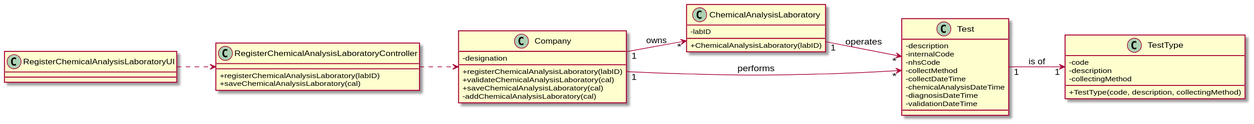
Earlier version of the PlantUML export docs/SprintB/US08/US8_CD.svg (0franciscor/lei-21-s2-1de-g19).
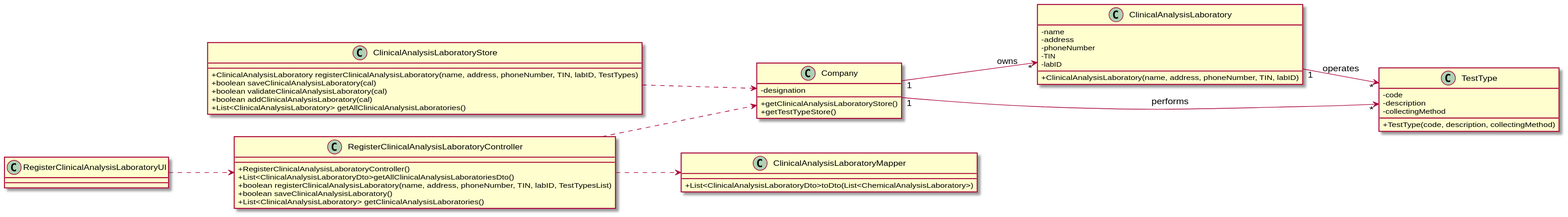
The same diagram one commit later.

Diff of the diagram source:
```diff
@@ -4,27 +4,28 @@
 
 class "Company" as C {
 -designation
-+registerChemicalAnalysisLaboratory(labID)
-+validateChemicalAnalysisLaboratory(cal)
-+saveChemicalAnalysisLaboratory(cal)
--addChemicalAnalysisLaboratory(cal)
++getClinicalAnalysisLaboratoryStore()
++getTestTypeStore()
 }
 
-class "ChemicalAnalysisLaboratory" as CAL {
+class "ClinicalAnalysisLaboratory" as CAL {
+-name
+-address
+-phoneNumber
+-TIN
 -labID
-+ChemicalAnalysisLaboratory(labID)
++ClinicalAnalysisLaboratory(name, address, phoneNumber, TIN, labID)
 }
 
-class "Test" as T {
--description
--internalCode
--nhsCode
--collectMethod
--collectDateTime
--chemicalAnalysisDateTime
--diagnosisDateTime
--validationDateTime
+
+class "ClinicalAnalysisLaboratoryStore" as CALS {
++ClinicalAnalysisLaboratory registerClinicalAnalysisLaboratory(name, address, phoneNumber, TIN, labID, TestTypes)
++boolean saveClinicalAnalysisLaboratory(cal)
++boolean validateClinicalAnalysisLaboratory(cal)
++boolean addClinicalAnalysisLaboratory(cal)
++List<ClinicalAnalysisLaboratory> getAllClinicalAnalysisLaboratories()
 }
+
 
 class "TestType" as TT {
 -code
@@ -33,19 +34,27 @@
 +TestType(code, description, collectingMethod)
 }
 
-class "RegisterChemicalAnalysisLaboratoryController" as RCALC {
-+registerChemicalAnalysisLaboratory(labID)
-+saveChemicalAnalysisLaboratory(cal)
+class "RegisterClinicalAnalysisLaboratoryController" as RCALC {
++RegisterClinicalAnalysisLaboratoryController()
++List<ClinicalAnalysisLaboratoryDto>getAllClinicalAnalysisLaboratoriesDto()
++boolean registerClinicalAnalysisLaboratory(name, address, phoneNumber, TIN, labID, TestTypesList)
++boolean saveClinicalAnalysisLaboratory()
++List<ClinicalAnalysisLaboratory> getClinicalAnalysisLaboratories()
 }
 
-class "RegisterChemicalAnalysisLaboratoryUI" as RCALUI {
+class "RegisterClinicalAnalysisLaboratoryUI" as RCALUI {
+}
+
+class "ClinicalAnalysisLaboratoryMapper" as CALM {
++List<ClinicalAnalysisLaboratoryDto>toDto(List<ChemicalAnalysisLaboratory>)
 }
 
 
 RCALUI ..> RCALC
 RCALC ..> C
+RCALC ..> CALM
+CALS ..> C
 C "1" --> "*" CAL : owns
-C "1" --> "*" T : performs
-T "1" --> "1" TT : is of
-CAL "1" --> "*" T : operates
+C "1" --> "*" TT : performs
+CAL "1" --> "*" TT : operates
 @enduml
```
